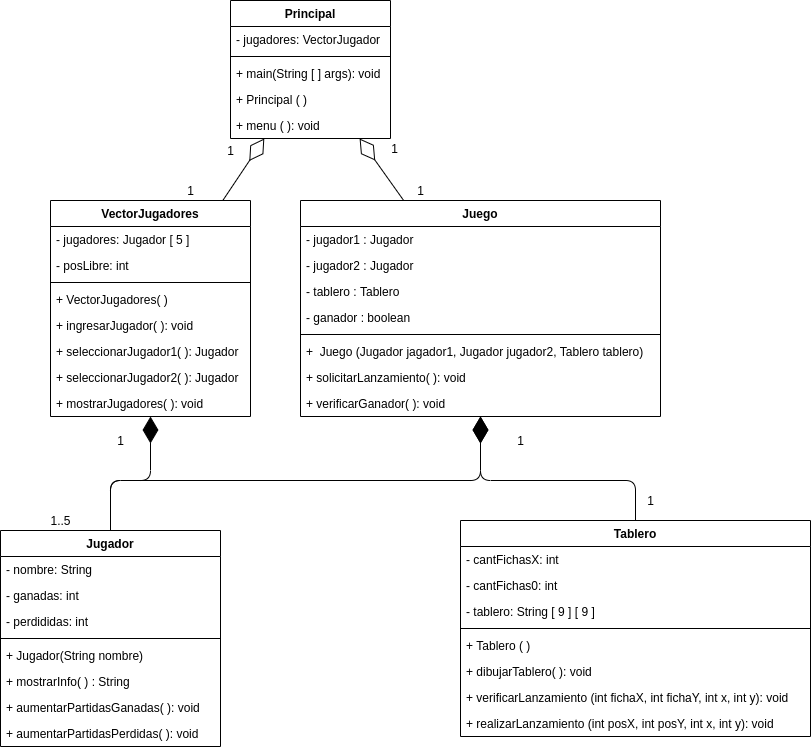
This is Damas.png from Pabloluis10/Damas, a draw.io export, as it was before one commit. Source tidied: cells renumbered, new cells last; positions are measured from the earlier drawing's top-left corner, leaving out a move shared by most shapes.
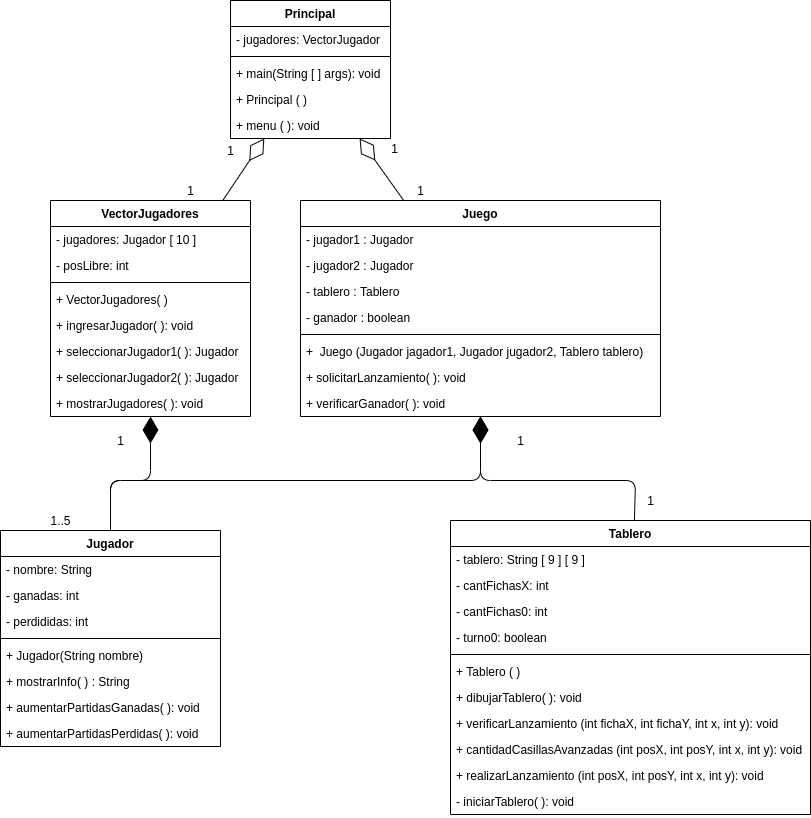
The same diagram one commit later.

Commit message:
Agregue el metodo moverFichas1Pos en Tablero.java

What changed in the source:
```diff
@@ -30,32 +30,41 @@
       <mxGeometry y="190" width="220" height="26" as="geometry" />
     </mxCell>
     <mxCell id="11" value="Tablero" style="swimlane;fontStyle=1;align=center;verticalAlign=top;horizontal=1;startSize=26;" parent="1" vertex="1">
-      <mxGeometry x="460" y="520" width="350" height="216" as="geometry" />
+      <mxGeometry x="450" y="520" width="360" height="294" as="geometry" />
     </mxCell>
+    <mxCell id="14" value="- tablero: String [ 9 ] [ 9 ]" style="text;strokeColor=none;fillColor=none;align=left;verticalAlign=top;spacingLeft=4;spacingRight=4;overflow=hidden;" parent="11" vertex="1">
+      <mxGeometry y="26" width="360" height="26" as="geometry" />
+    </mxCell>
     <mxCell id="12" value="- cantFichasX: int" style="text;strokeColor=none;fillColor=none;align=left;verticalAlign=top;spacingLeft=4;spacingRight=4;overflow=hidden;" parent="11" vertex="1">
-      <mxGeometry y="26" width="350" height="26" as="geometry" />
+      <mxGeometry y="52" width="360" height="26" as="geometry" />
     </mxCell>
     <mxCell id="13" value="- cantFichas0: int" style="text;strokeColor=none;fillColor=none;align=left;verticalAlign=top;spacingLeft=4;spacingRight=4;overflow=hidden;" parent="11" vertex="1">
-      <mxGeometry y="52" width="350" height="26" as="geometry" />
+      <mxGeometry y="78" width="360" height="26" as="geometry" />
     </mxCell>
-    <mxCell id="14" value="- tablero: String [ 9 ] [ 9 ]" style="text;strokeColor=none;fillColor=none;align=left;verticalAlign=top;spacingLeft=4;spacingRight=4;overflow=hidden;" parent="11" vertex="1">
-      <mxGeometry y="78" width="350" height="26" as="geometry" />
-    </mxCell>
+    <mxCell id="57" value="- turno0: boolean" style="text;strokeColor=none;fillColor=none;align=left;verticalAlign=top;spacingLeft=4;spacingRight=4;overflow=hidden;" parent="11" vertex="1">
+      <mxGeometry y="104" width="360" height="26" as="geometry" />
+    </mxCell>
     <mxCell id="15" style="line;strokeWidth=1;fillColor=none;align=left;verticalAlign=middle;spacingTop=-1;spacingLeft=3;spacingRight=3;labelPosition=right;" parent="11" vertex="1">
-      <mxGeometry y="104" width="350" height="8" as="geometry" />
+      <mxGeometry y="130" width="360" height="8" as="geometry" />
     </mxCell>
     <mxCell id="16" value="+ Tablero ( )" style="text;strokeColor=none;fillColor=none;align=left;verticalAlign=top;spacingLeft=4;spacingRight=4;overflow=hidden;" parent="11" vertex="1">
-      <mxGeometry y="112" width="350" height="26" as="geometry" />
+      <mxGeometry y="138" width="360" height="26" as="geometry" />
     </mxCell>
     <mxCell id="17" value="+ dibujarTablero( ): void" style="text;strokeColor=none;fillColor=none;align=left;verticalAlign=top;spacingLeft=4;spacingRight=4;overflow=hidden;" parent="11" vertex="1">
-      <mxGeometry y="138" width="350" height="26" as="geometry" />
+      <mxGeometry y="164" width="360" height="26" as="geometry" />
     </mxCell>
     <mxCell id="18" value="+ verificarLanzamiento (int fichaX, int fichaY, int x, int y): void" style="text;strokeColor=none;fillColor=none;align=left;verticalAlign=top;spacingLeft=4;spacingRight=4;overflow=hidden;" parent="11" vertex="1">
-      <mxGeometry y="164" width="350" height="26" as="geometry" />
+      <mxGeometry y="190" width="360" height="26" as="geometry" />
     </mxCell>
-    <mxCell id="19" value="+ realizarLanzamiento (int posX, int posY, int x, int y): void" style="text;strokeColor=none;fillColor=none;align=left;verticalAlign=top;spacingLeft=4;spacingRight=4;overflow=hidden;" parent="11" vertex="1">
-      <mxGeometry y="190" width="350" height="26" as="geometry" />
+    <mxCell id="19" value="+ cantidadCasillasAvanzadas (int posX, int posY, int x, int y): void" style="text;strokeColor=none;fillColor=none;align=left;verticalAlign=top;spacingLeft=4;spacingRight=4;overflow=hidden;" parent="11" vertex="1">
+      <mxGeometry y="216" width="360" height="26" as="geometry" />
     </mxCell>
+    <mxCell id="58" value="+ realizarLanzamiento (int posX, int posY, int x, int y): void" style="text;strokeColor=none;fillColor=none;align=left;verticalAlign=top;spacingLeft=4;spacingRight=4;overflow=hidden;" parent="11" vertex="1">
+      <mxGeometry y="242" width="360" height="26" as="geometry" />
+    </mxCell>
+    <mxCell id="59" value="- iniciarTablero( ): void" style="text;strokeColor=none;fillColor=none;align=left;verticalAlign=top;spacingLeft=4;spacingRight=4;overflow=hidden;" parent="11" vertex="1">
+      <mxGeometry y="268" width="360" height="26" as="geometry" />
+    </mxCell>
     <mxCell id="20" value="Juego" style="swimlane;fontStyle=1;align=center;verticalAlign=top;horizontal=1;startSize=26;" parent="1" vertex="1">
       <mxGeometry x="300" y="200" width="360" height="216" as="geometry" />
     </mxCell>
@@ -86,7 +95,7 @@
     <mxCell id="29" value="VectorJugadores" style="swimlane;fontStyle=1;align=center;verticalAlign=top;horizontal=1;startSize=26;" parent="1" vertex="1">
       <mxGeometry x="50" y="200" width="200" height="216" as="geometry" />
     </mxCell>
-    <mxCell id="30" value="- jugadores: Jugador [ 5 ] " style="text;strokeColor=none;fillColor=none;align=left;verticalAlign=top;spacingLeft=4;spacingRight=4;overflow=hidden;" parent="29" vertex="1">
+    <mxCell id="30" value="- jugadores: Jugador [ 10 ] " style="text;strokeColor=none;fillColor=none;align=left;verticalAlign=top;spacingLeft=4;spacingRight=4;overflow=hidden;" parent="29" vertex="1">
       <mxGeometry y="26" width="200" height="26" as="geometry" />
     </mxCell>
     <mxCell id="31" value="- posLibre: int" style="text;strokeColor=none;fillColor=none;align=left;verticalAlign=top;spacingLeft=4;spacingRight=4;overflow=hidden;" parent="29" vertex="1">
```
